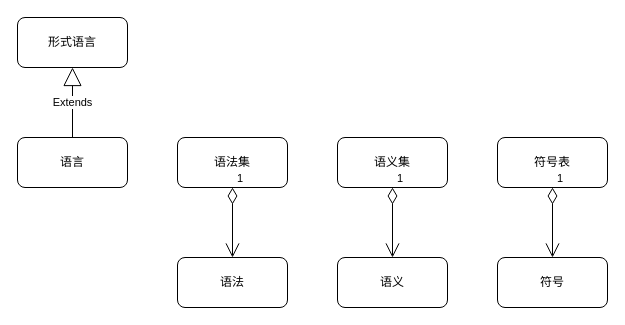
Earlier version of the draw.io diagram page "语言" (2 of 2) of base_model/实体和语言.drawio (cyxm/CodeGenerator). Source tidied: cells renumbered, new cells numbered last; positions are measured from the earlier drawing's top-left corner, leaving out a move shared by most shapes. Both pictures are drawn from the tidied source at 100%, with x=0, y=0 at pixel (17, 17).
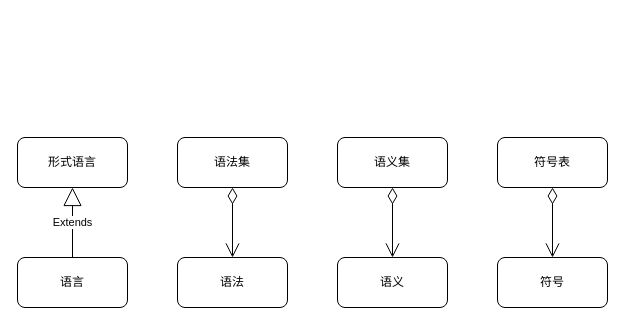
After the change.

The edit, as a diff of the source:
```diff
@@
 <mxGraphModel>
   <root>
     <mxCell id="0" />
     <mxCell id="1" parent="0" />
     <mxCell id="2" style="group;" parent="1" vertex="1">
-      <mxGeometry width="110" height="170" as="geometry" />
+      <mxGeometry y="120" width="110" height="170" as="geometry" />
     </mxCell>
     <mxCell id="3" value="形式语言" style="html=1;whiteSpace=wrap;rounded=1;" parent="2" vertex="1">
       <mxGeometry width="110" height="50" as="geometry" />
     </mxCell>
     <mxCell id="4" value="语言" style="html=1;whiteSpace=wrap;rounded=1;" parent="2" vertex="1">
       <mxGeometry y="120" width="110" height="50" as="geometry" />
     </mxCell>
     <mxCell id="5" value="Extends" style="endArrow=block;endSize=16;endFill=0;html=1;rounded=1;exitX=0.5;exitY=0;exitDx=0;exitDy=0;entryX=0.5;entryY=1;entryDx=0;entryDy=0;" parent="2" edge="1" source="4" target="3">
       <mxGeometry relative="1" as="geometry" />
     </mxCell>
     <mxCell id="6" style="group;" parent="1" vertex="1">
       <mxGeometry x="160" y="120" width="110" height="170" as="geometry" />
     </mxCell>
     <mxCell id="7" value="语法" style="html=1;whiteSpace=wrap;rounded=1;" parent="6" vertex="1">
       <mxGeometry y="120" width="110" height="50" as="geometry" />
     </mxCell>
     <mxCell id="8" value="语法集" style="html=1;whiteSpace=wrap;rounded=1;" parent="6" vertex="1">
       <mxGeometry width="110" height="50" as="geometry" />
     </mxCell>
-    <mxCell id="9" value="1" style="endArrow=open;html=1;endSize=12;startArrow=diamondThin;startSize=14;startFill=0;edgeStyle=orthogonalEdgeStyle;align=left;verticalAlign=bottom;rounded=1;entryX=0.5;entryY=0;entryDx=0;entryDy=0;exitX=0.5;exitY=1;exitDx=0;exitDy=0;" parent="6" edge="1" source="8" target="7">
+    <mxCell id="9" style="endArrow=open;html=1;endSize=12;startArrow=diamondThin;startSize=14;startFill=0;edgeStyle=orthogonalEdgeStyle;align=left;verticalAlign=bottom;rounded=1;entryX=0.5;entryY=0;entryDx=0;entryDy=0;exitX=0.5;exitY=1;exitDx=0;exitDy=0;" parent="6" edge="1" source="8" target="7">
       <mxGeometry x="-1" y="3" relative="1" as="geometry" />
     </mxCell>
     <mxCell id="10" style="group;" parent="1" vertex="1">
       <mxGeometry x="320" y="120" width="110" height="170" as="geometry" />
     </mxCell>
     <mxCell id="11" value="语义" style="html=1;whiteSpace=wrap;rounded=1;" parent="10" vertex="1">
       <mxGeometry y="120" width="110" height="50" as="geometry" />
     </mxCell>
     <mxCell id="12" value="语义集" style="html=1;whiteSpace=wrap;rounded=1;" parent="10" vertex="1">
       <mxGeometry width="110" height="50" as="geometry" />
     </mxCell>
-    <mxCell id="13" value="1" style="endArrow=open;html=1;endSize=12;startArrow=diamondThin;startSize=14;startFill=0;edgeStyle=orthogonalEdgeStyle;align=left;verticalAlign=bottom;rounded=1;exitX=0.5;exitY=1;exitDx=0;exitDy=0;entryX=0.5;entryY=0;entryDx=0;entryDy=0;" parent="10" edge="1" source="12" target="11">
+    <mxCell id="13" style="endArrow=open;html=1;endSize=12;startArrow=diamondThin;startSize=14;startFill=0;edgeStyle=orthogonalEdgeStyle;align=left;verticalAlign=bottom;rounded=1;exitX=0.5;exitY=1;exitDx=0;exitDy=0;entryX=0.5;entryY=0;entryDx=0;entryDy=0;" parent="10" edge="1" source="12" target="11">
       <mxGeometry x="-1" y="3" relative="1" as="geometry" />
     </mxCell>
     <mxCell id="14" style="group;" parent="1" vertex="1">
       <mxGeometry x="480" y="120" width="110" height="170" as="geometry" />
     </mxCell>
     <mxCell id="15" value="符号表" style="html=1;whiteSpace=wrap;rounded=1;" parent="14" vertex="1">
       <mxGeometry width="110" height="50" as="geometry" />
     </mxCell>
     <mxCell id="16" value="符号" style="html=1;whiteSpace=wrap;rounded=1;" parent="14" vertex="1">
       <mxGeometry y="120" width="110" height="50" as="geometry" />
     </mxCell>
-    <mxCell id="17" value="1" style="endArrow=open;html=1;endSize=12;startArrow=diamondThin;startSize=14;startFill=0;edgeStyle=orthogonalEdgeStyle;align=left;verticalAlign=bottom;rounded=1;exitX=0.5;exitY=1;exitDx=0;exitDy=0;entryX=0.5;entryY=0;entryDx=0;entryDy=0;" parent="14" edge="1" source="15" target="16">
+    <mxCell id="17" style="endArrow=open;html=1;endSize=12;startArrow=diamondThin;startSize=14;startFill=0;edgeStyle=orthogonalEdgeStyle;align=left;verticalAlign=bottom;rounded=1;exitX=0.5;exitY=1;exitDx=0;exitDy=0;entryX=0.5;entryY=0;entryDx=0;entryDy=0;" parent="14" edge="1" source="15" target="16">
       <mxGeometry x="-1" y="3" relative="1" as="geometry" />
     </mxCell>
   </root>
 </mxGraphModel>
```
